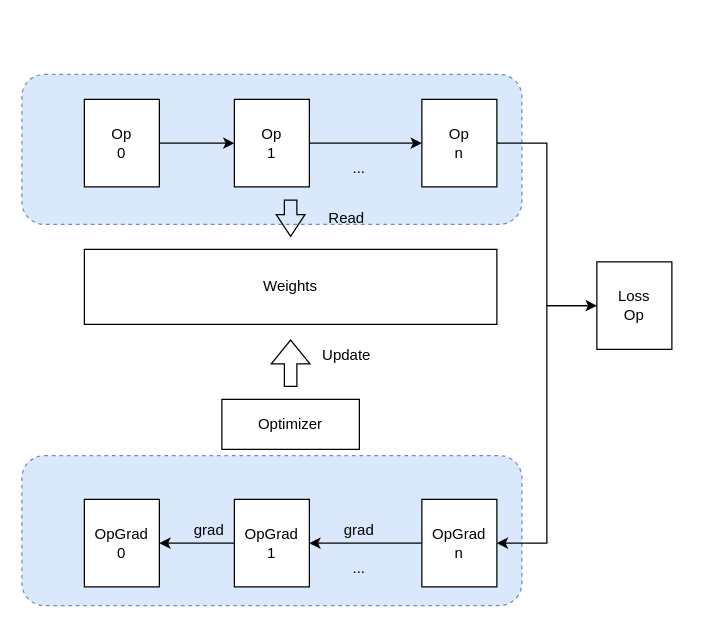
This is CE.drawio from Superjomn/_tmp_images, a draw.io file, before an edit. Source tidied: cells renumbered, new cells numbered last; positions are measured from the earlier drawing's top-left corner, leaving out a move shared by most shapes. Both pictures are drawn from the tidied source at 125%, with x=0, y=0 at pixel (21, 74).
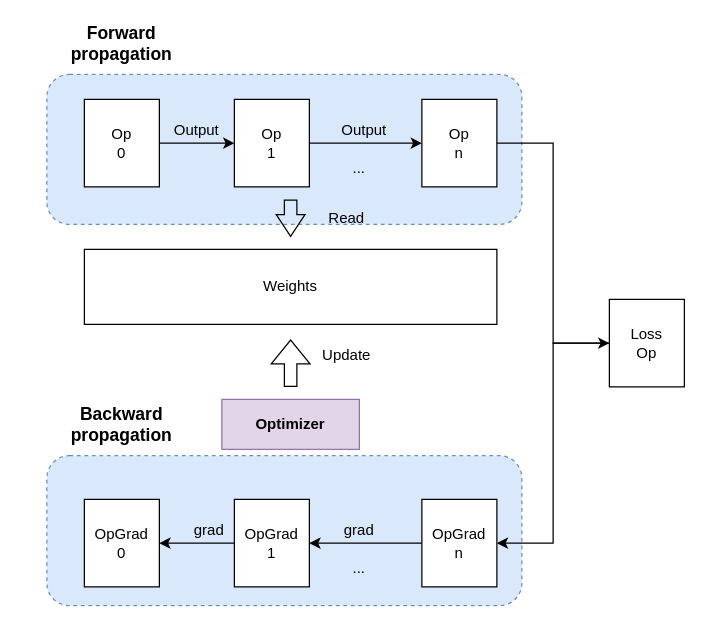
The same page after the edit.

The edit, as a diff of the source:
```diff
@@
     <mxCell id="2" style="rounded=1;whiteSpace=wrap;html=1;dashed=1;fillColor=#dae8fc;strokeColor=#6c8ebf;" parent="1" vertex="1">
-      <mxGeometry y="305" width="400" height="120" as="geometry" />
+      <mxGeometry x="20" y="305" width="380" height="120" as="geometry" />
     </mxCell>
     <mxCell id="3" style="rounded=1;whiteSpace=wrap;html=1;dashed=1;fillColor=#dae8fc;strokeColor=#6c8ebf;" parent="1" vertex="1">
-      <mxGeometry width="400" height="120" as="geometry" />
+      <mxGeometry x="20" width="380" height="120" as="geometry" />
     </mxCell>
@@
     <mxCell id="18" value="Loss&lt;br&gt;Op" style="rounded=0;whiteSpace=wrap;html=1;" parent="1" vertex="1">
-      <mxGeometry x="460" y="150" width="60" height="70" as="geometry" />
+      <mxGeometry x="470" y="180" width="60" height="70" as="geometry" />
     </mxCell>
@@
-    <mxCell id="22" value="Optimizer" style="rounded=0;whiteSpace=wrap;html=1;" parent="1" vertex="1">
+    <mxCell id="22" value="&lt;b&gt;Optimizer&lt;/b&gt;" style="rounded=0;whiteSpace=wrap;html=1;fillColor=#e1d5e7;strokeColor=#9673a6;" parent="1" vertex="1">
       <mxGeometry x="160" y="260" width="110" height="40" as="geometry" />
     </mxCell>
@@
+    <mxCell id="27" value="&lt;b&gt;&lt;font style=&quot;font-size: 14px;&quot;&gt;Forward propagation&lt;/font&gt;&lt;/b&gt;" style="text;html=1;strokeColor=none;fillColor=none;align=center;verticalAlign=middle;whiteSpace=wrap;rounded=0;dashed=1;" parent="1" vertex="1">
+      <mxGeometry x="10" y="-40" width="140" height="30" as="geometry" />
+    </mxCell>
+    <mxCell id="28" value="&lt;b&gt;&lt;font style=&quot;font-size: 14px;&quot;&gt;Backward propagation&lt;/font&gt;&lt;/b&gt;" style="text;html=1;strokeColor=none;fillColor=none;align=center;verticalAlign=middle;whiteSpace=wrap;rounded=0;dashed=1;" parent="1" vertex="1">
+      <mxGeometry x="10" y="265" width="140" height="30" as="geometry" />
+    </mxCell>
+    <mxCell id="29" value="Output" style="text;html=1;strokeColor=none;fillColor=none;align=center;verticalAlign=middle;whiteSpace=wrap;rounded=0;" parent="1" vertex="1">
+      <mxGeometry x="110" y="30" width="60" height="30" as="geometry" />
+    </mxCell>
+    <mxCell id="30" value="Output" style="text;html=1;strokeColor=none;fillColor=none;align=center;verticalAlign=middle;whiteSpace=wrap;rounded=0;" parent="1" vertex="1">
+      <mxGeometry x="243.5" y="30" width="60" height="30" as="geometry" />
+    </mxCell>
```
